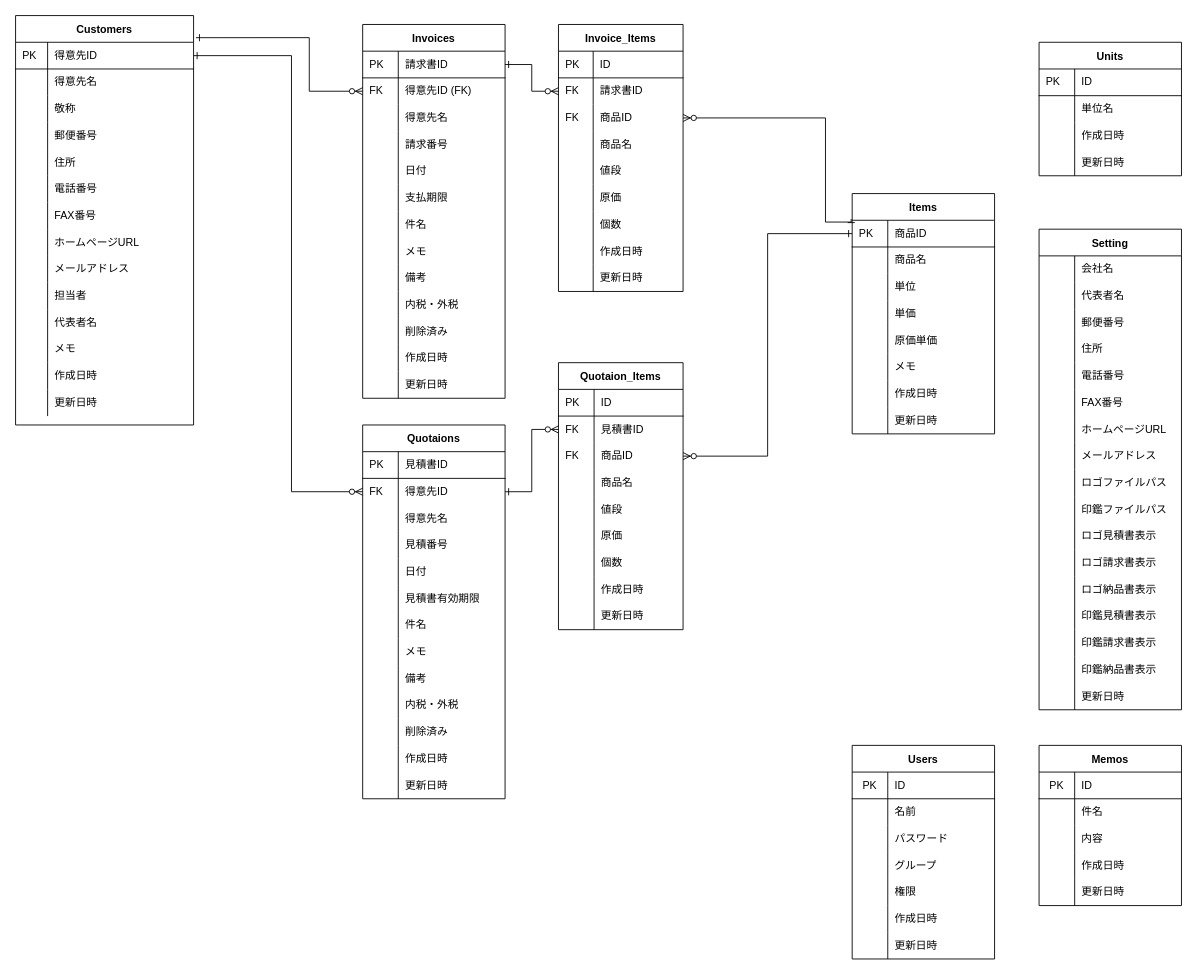
Earlier version of the draw.io diagram soho_er.dio (gamasenninn/caddie-clone). Source tidied: cells renumbered, new cells numbered last; positions are measured from the earlier drawing's top-left corner, leaving out a move shared by most shapes. Both pictures are drawn from the tidied source at 89%, with x=0, y=0 at pixel (15, 15).
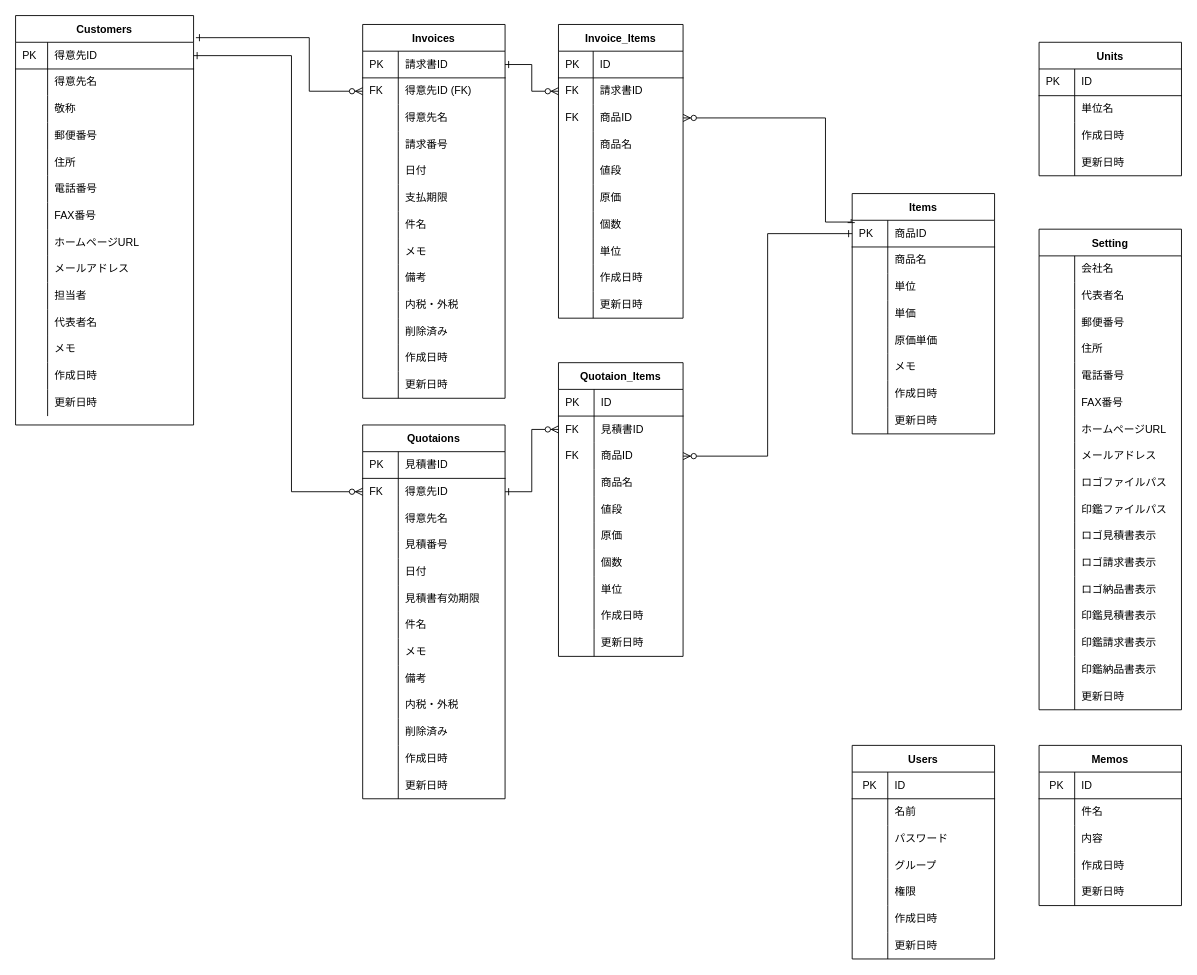
The same diagram, later.

Diff of the diagram source:
```diff
@@
     <mxCell id="110" value="Invoice_Items" style="shape=table;startSize=30;childLayout=tableLayout;rowLines=0;fontStyle=1;align=center;" parent="1" vertex="1">
-      <mxGeometry x="610" y="10" width="140" height="300" as="geometry" />
+      <mxGeometry x="610" y="10" width="140" height="330" as="geometry" />
     </mxCell>
@@
+    <mxCell id="315" style="shape=partialRectangle;html=1;whiteSpace=wrap;fillColor=none;top=0;left=0;bottom=0;right=0;" parent="110" vertex="1">
+      <mxGeometry y="240" width="140" height="30" as="geometry" />
+    </mxCell>
+    <mxCell id="316" style="shape=partialRectangle;html=1;whiteSpace=wrap;fillColor=none;top=0;left=0;bottom=0;right=0;align=left;spacingLeft=6;overflow=hidden;" parent="315" vertex="1">
+      <mxGeometry width="39" height="30" as="geometry" />
+    </mxCell>
+    <mxCell id="317" value="単位" style="shape=partialRectangle;html=1;whiteSpace=wrap;fillColor=none;top=0;left=0;bottom=0;right=0;align=left;spacingLeft=6;overflow=hidden;" parent="315" vertex="1">
+      <mxGeometry x="39" width="101" height="30" as="geometry" />
+    </mxCell>
     <mxCell id="132" style="shape=partialRectangle;html=1;whiteSpace=wrap;fillColor=none;top=0;left=0;bottom=0;right=0;" parent="110" vertex="1">
-      <mxGeometry y="240" width="140" height="30" as="geometry" />
+      <mxGeometry y="270" width="140" height="30" as="geometry" />
     </mxCell>
@@
     <mxCell id="135" style="shape=partialRectangle;html=1;whiteSpace=wrap;fillColor=none;top=0;left=0;bottom=0;right=0;" parent="110" vertex="1">
-      <mxGeometry y="270" width="140" height="30" as="geometry" />
+      <mxGeometry y="300" width="140" height="30" as="geometry" />
     </mxCell>
@@
     <mxCell id="178" value="Quotaion_Items" style="shape=table;startSize=30;childLayout=tableLayout;rowLines=0;fontStyle=1;align=center;" parent="1" vertex="1">
-      <mxGeometry x="610" y="390" width="140" height="300" as="geometry" />
+      <mxGeometry x="610" y="390" width="140" height="330" as="geometry" />
     </mxCell>
@@
+    <mxCell id="318" style="shape=partialRectangle;html=1;whiteSpace=wrap;fillColor=none;top=0;left=0;bottom=0;right=0;" parent="178" vertex="1">
+      <mxGeometry y="240" width="140" height="30" as="geometry" />
+    </mxCell>
+    <mxCell id="319" style="shape=partialRectangle;html=1;whiteSpace=wrap;fillColor=none;top=0;left=0;bottom=0;right=0;align=left;spacingLeft=6;overflow=hidden;" parent="318" vertex="1">
+      <mxGeometry width="40" height="30" as="geometry" />
+    </mxCell>
+    <mxCell id="320" value="単位" style="shape=partialRectangle;html=1;whiteSpace=wrap;fillColor=none;top=0;left=0;bottom=0;right=0;align=left;spacingLeft=6;overflow=hidden;" parent="318" vertex="1">
+      <mxGeometry x="40" width="100" height="30" as="geometry" />
+    </mxCell>
     <mxCell id="200" style="shape=partialRectangle;html=1;whiteSpace=wrap;fillColor=none;top=0;left=0;bottom=0;right=0;" parent="178" vertex="1">
-      <mxGeometry y="240" width="140" height="30" as="geometry" />
+      <mxGeometry y="270" width="140" height="30" as="geometry" />
     </mxCell>
@@
     <mxCell id="203" style="shape=partialRectangle;html=1;whiteSpace=wrap;fillColor=none;top=0;left=0;bottom=0;right=0;" parent="178" vertex="1">
-      <mxGeometry y="270" width="140" height="30" as="geometry" />
+      <mxGeometry y="300" width="140" height="30" as="geometry" />
     </mxCell>
```
